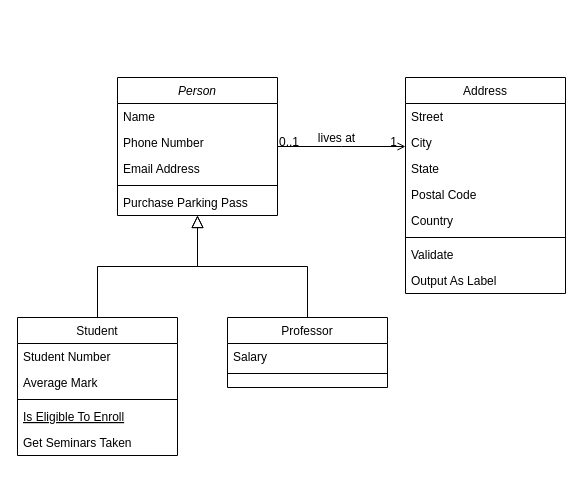
ByConnor23/Diagramas keeps this draw.io diagram as Untitled Diagram.drawio. Above is the earlier version. Source tidied: cells renumbered, new cells numbered last; positions are measured from the earlier drawing's top-left corner, leaving out a move shared by most shapes. Both pictures are drawn from the tidied source at 100%, with x=0, y=0 at pixel (17, 77).
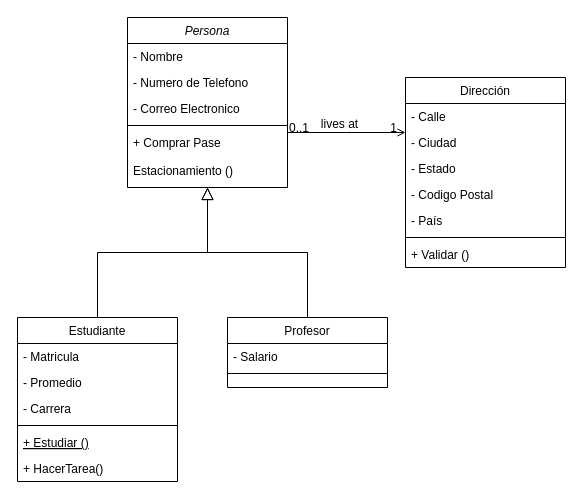
After the change.

Change to the diagram source:
```diff
@@
-    <mxCell id="2" value="Person" style="swimlane;fontStyle=2;align=center;verticalAlign=top;horizontal=1;startSize=26;rounded=0;shadow=0;strokeWidth=1;" parent="1" vertex="1">
-      <mxGeometry x="100" width="160" height="138" as="geometry" />
+    <mxCell id="2" value="Persona" style="swimlane;fontStyle=2;align=center;verticalAlign=top;horizontal=1;startSize=26;rounded=0;shadow=0;strokeWidth=1;" parent="1" vertex="1">
+      <mxGeometry x="110" y="-60" width="160" height="170" as="geometry" />
     </mxCell>
-    <mxCell id="3" value="Name" style="text;align=left;verticalAlign=top;spacingLeft=4;spacingRight=4;overflow=hidden;" parent="2" vertex="1">
+    <mxCell id="3" value="- Nombre" style="text;align=left;verticalAlign=top;spacingLeft=4;spacingRight=4;overflow=hidden;" parent="2" vertex="1">
       <mxGeometry y="26" width="160" height="26" as="geometry" />
     </mxCell>
-    <mxCell id="4" value="Phone Number" style="text;align=left;verticalAlign=top;spacingLeft=4;spacingRight=4;overflow=hidden;rounded=0;shadow=0;html=0;" parent="2" vertex="1">
+    <mxCell id="4" value="- Numero de Telefono" style="text;align=left;verticalAlign=top;spacingLeft=4;spacingRight=4;overflow=hidden;rounded=0;shadow=0;html=0;" parent="2" vertex="1">
       <mxGeometry y="52" width="160" height="26" as="geometry" />
     </mxCell>
-    <mxCell id="5" value="Email Address" style="text;align=left;verticalAlign=top;spacingLeft=4;spacingRight=4;overflow=hidden;rounded=0;shadow=0;html=0;" parent="2" vertex="1">
+    <mxCell id="5" value="- Correo Electronico" style="text;align=left;verticalAlign=top;spacingLeft=4;spacingRight=4;overflow=hidden;rounded=0;shadow=0;html=0;" parent="2" vertex="1">
       <mxGeometry y="78" width="160" height="26" as="geometry" />
     </mxCell>
@@
-    <mxCell id="7" value="Purchase Parking Pass" style="text;align=left;verticalAlign=top;spacingLeft=4;spacingRight=4;overflow=hidden;" parent="2" vertex="1">
-      <mxGeometry y="112" width="160" height="26" as="geometry" />
+    <mxCell id="7" value="+ Comprar Pase &#10;&#10;Estacionamiento ()&#10;" style="text;align=left;verticalAlign=top;spacingLeft=4;spacingRight=4;overflow=hidden;" parent="2" vertex="1">
+      <mxGeometry y="112" width="160" height="48" as="geometry" />
     </mxCell>
-    <mxCell id="8" value="Student" style="swimlane;fontStyle=0;align=center;verticalAlign=top;horizontal=1;startSize=26;rounded=0;shadow=0;strokeWidth=1;" parent="1" vertex="1">
-      <mxGeometry y="240" width="160" height="138" as="geometry" />
+    <mxCell id="8" value="Estudiante" style="swimlane;fontStyle=0;align=center;verticalAlign=top;horizontal=1;startSize=26;rounded=0;shadow=0;strokeWidth=1;" parent="1" vertex="1">
+      <mxGeometry y="240" width="160" height="164" as="geometry" />
     </mxCell>
-    <mxCell id="9" value="Student Number" style="text;align=left;verticalAlign=top;spacingLeft=4;spacingRight=4;overflow=hidden;" parent="8" vertex="1">
+    <mxCell id="9" value="- Matricula" style="text;align=left;verticalAlign=top;spacingLeft=4;spacingRight=4;overflow=hidden;" parent="8" vertex="1">
       <mxGeometry y="26" width="160" height="26" as="geometry" />
     </mxCell>
-    <mxCell id="10" value="Average Mark" style="text;align=left;verticalAlign=top;spacingLeft=4;spacingRight=4;overflow=hidden;rounded=0;shadow=0;html=0;" parent="8" vertex="1">
+    <mxCell id="10" value="- Promedio" style="text;align=left;verticalAlign=top;spacingLeft=4;spacingRight=4;overflow=hidden;rounded=0;shadow=0;html=0;" parent="8" vertex="1">
       <mxGeometry y="52" width="160" height="26" as="geometry" />
     </mxCell>
+    <mxCell id="32" value="- Carrera" style="text;align=left;verticalAlign=top;spacingLeft=4;spacingRight=4;overflow=hidden;rounded=0;shadow=0;html=0;" parent="8" vertex="1">
+      <mxGeometry y="78" width="160" height="26" as="geometry" />
+    </mxCell>
     <mxCell id="11" style="line;html=1;strokeWidth=1;align=left;verticalAlign=middle;spacingTop=-1;spacingLeft=3;spacingRight=3;labelPosition=right;" parent="8" vertex="1">
-      <mxGeometry y="78" width="160" height="8" as="geometry" />
+      <mxGeometry y="104" width="160" height="8" as="geometry" />
     </mxCell>
-    <mxCell id="12" value="Is Eligible To Enroll" style="text;align=left;verticalAlign=top;spacingLeft=4;spacingRight=4;overflow=hidden;fontStyle=4;" parent="8" vertex="1">
-      <mxGeometry y="86" width="160" height="26" as="geometry" />
+    <mxCell id="12" value="+ Estudiar ()" style="text;align=left;verticalAlign=top;spacingLeft=4;spacingRight=4;overflow=hidden;fontStyle=4;" parent="8" vertex="1">
+      <mxGeometry y="112" width="160" height="26" as="geometry" />
     </mxCell>
-    <mxCell id="13" value="Get Seminars Taken" style="text;align=left;verticalAlign=top;spacingLeft=4;spacingRight=4;overflow=hidden;" parent="8" vertex="1">
-      <mxGeometry y="112" width="160" height="26" as="geometry" />
+    <mxCell id="13" value="+ HacerTarea()" style="text;align=left;verticalAlign=top;spacingLeft=4;spacingRight=4;overflow=hidden;" parent="8" vertex="1">
+      <mxGeometry y="138" width="160" height="26" as="geometry" />
     </mxCell>
@@
-    <mxCell id="15" value="Professor" style="swimlane;fontStyle=0;align=center;verticalAlign=top;horizontal=1;startSize=26;rounded=0;shadow=0;strokeWidth=1;" parent="1" vertex="1">
+    <mxCell id="15" value="Profesor" style="swimlane;fontStyle=0;align=center;verticalAlign=top;horizontal=1;startSize=26;rounded=0;shadow=0;strokeWidth=1;" parent="1" vertex="1">
       <mxGeometry x="210" y="240" width="160" height="70" as="geometry" />
     </mxCell>
-    <mxCell id="16" value="Salary" style="text;align=left;verticalAlign=top;spacingLeft=4;spacingRight=4;overflow=hidden;" parent="15" vertex="1">
+    <mxCell id="16" value="- Salario" style="text;align=left;verticalAlign=top;spacingLeft=4;spacingRight=4;overflow=hidden;" parent="15" vertex="1">
       <mxGeometry y="26" width="160" height="26" as="geometry" />
     </mxCell>
@@
-    <mxCell id="19" value="Address" style="swimlane;fontStyle=0;align=center;verticalAlign=top;horizontal=1;startSize=26;rounded=0;shadow=0;strokeWidth=1;" parent="1" vertex="1">
-      <mxGeometry x="388" width="160" height="216" as="geometry" />
+    <mxCell id="19" value="Dirección" style="swimlane;fontStyle=0;align=center;verticalAlign=top;horizontal=1;startSize=26;rounded=0;shadow=0;strokeWidth=1;" parent="1" vertex="1">
+      <mxGeometry x="388" width="160" height="190" as="geometry" />
     </mxCell>
-    <mxCell id="20" value="Street" style="text;align=left;verticalAlign=top;spacingLeft=4;spacingRight=4;overflow=hidden;" parent="19" vertex="1">
+    <mxCell id="20" value="- Calle" style="text;align=left;verticalAlign=top;spacingLeft=4;spacingRight=4;overflow=hidden;" parent="19" vertex="1">
       <mxGeometry y="26" width="160" height="26" as="geometry" />
     </mxCell>
-    <mxCell id="21" value="City" style="text;align=left;verticalAlign=top;spacingLeft=4;spacingRight=4;overflow=hidden;rounded=0;shadow=0;html=0;" parent="19" vertex="1">
+    <mxCell id="21" value="- Ciudad" style="text;align=left;verticalAlign=top;spacingLeft=4;spacingRight=4;overflow=hidden;rounded=0;shadow=0;html=0;" parent="19" vertex="1">
       <mxGeometry y="52" width="160" height="26" as="geometry" />
     </mxCell>
-    <mxCell id="22" value="State" style="text;align=left;verticalAlign=top;spacingLeft=4;spacingRight=4;overflow=hidden;rounded=0;shadow=0;html=0;" parent="19" vertex="1">
+    <mxCell id="22" value="- Estado" style="text;align=left;verticalAlign=top;spacingLeft=4;spacingRight=4;overflow=hidden;rounded=0;shadow=0;html=0;" parent="19" vertex="1">
       <mxGeometry y="78" width="160" height="26" as="geometry" />
     </mxCell>
-    <mxCell id="23" value="Postal Code" style="text;align=left;verticalAlign=top;spacingLeft=4;spacingRight=4;overflow=hidden;rounded=0;shadow=0;html=0;" parent="19" vertex="1">
+    <mxCell id="23" value="- Codigo Postal" style="text;align=left;verticalAlign=top;spacingLeft=4;spacingRight=4;overflow=hidden;rounded=0;shadow=0;html=0;" parent="19" vertex="1">
       <mxGeometry y="104" width="160" height="26" as="geometry" />
     </mxCell>
-    <mxCell id="24" value="Country" style="text;align=left;verticalAlign=top;spacingLeft=4;spacingRight=4;overflow=hidden;rounded=0;shadow=0;html=0;" parent="19" vertex="1">
+    <mxCell id="24" value="- País" style="text;align=left;verticalAlign=top;spacingLeft=4;spacingRight=4;overflow=hidden;rounded=0;shadow=0;html=0;" parent="19" vertex="1">
       <mxGeometry y="130" width="160" height="26" as="geometry" />
     </mxCell>
@@
-    <mxCell id="26" value="Validate" style="text;align=left;verticalAlign=top;spacingLeft=4;spacingRight=4;overflow=hidden;" parent="19" vertex="1">
+    <mxCell id="26" value="+ Validar ()" style="text;align=left;verticalAlign=top;spacingLeft=4;spacingRight=4;overflow=hidden;" parent="19" vertex="1">
       <mxGeometry y="164" width="160" height="26" as="geometry" />
     </mxCell>
-    <mxCell id="27" value="Output As Label" style="text;align=left;verticalAlign=top;spacingLeft=4;spacingRight=4;overflow=hidden;" parent="19" vertex="1">
-      <mxGeometry y="190" width="160" height="26" as="geometry" />
-    </mxCell>
```
